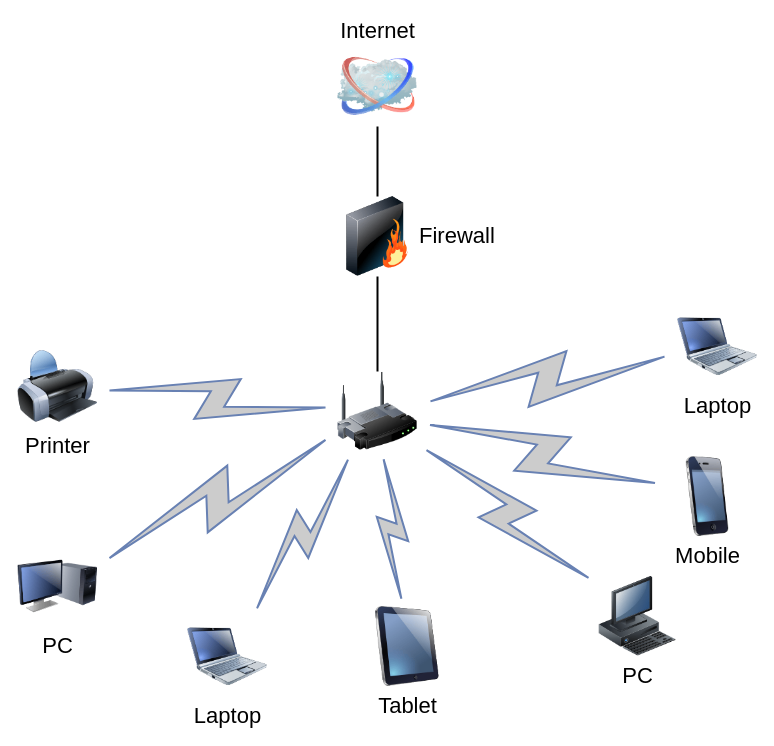
This is Untitled Diagram.drawio from PaulMalos/Draws, a draw.io file, before an edit. Source tidied: cells renumbered, new cells numbered last; positions are measured from the earlier drawing's top-left corner, leaving out a move shared by most shapes. Both pictures are drawn from the tidied source at 100%, with x=0, y=0 at pixel (17, 46).
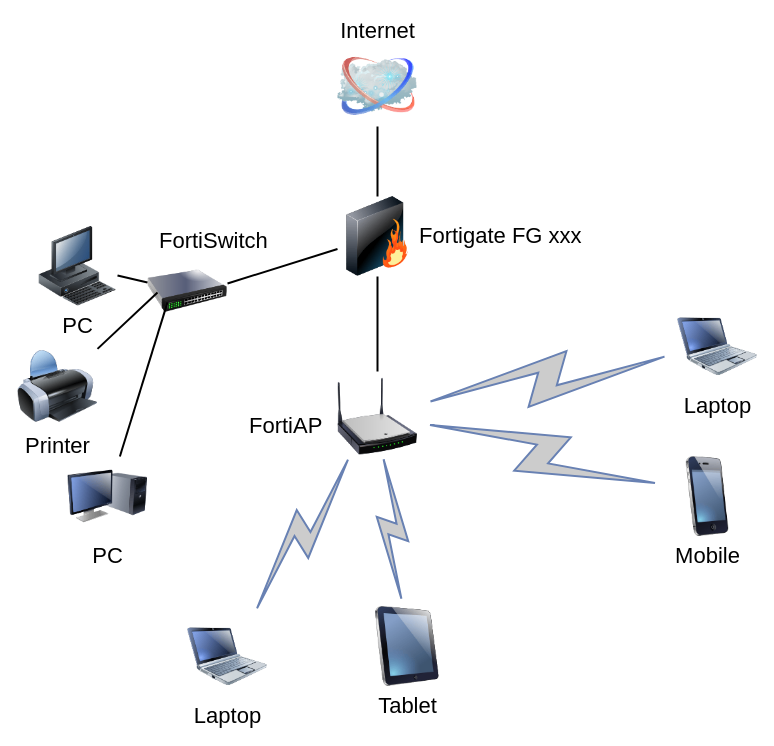
The same diagram, later.

Commit message:
sec_fabric

The change refers to these unchanged cells:
```xml
<mxCell id="7" value="Tablet" style="image;html=1;labelBackgroundColor=#ffffff;image=img/lib/clip_art/computers/iPad_128x128.png;rounded=1;shadow=0;comic=0;strokeWidth=2;fontSize=22;" parent="1" vertex="1">
  <mxGeometry x="350" y="560" width="80" height="80" as="geometry" />
</mxCell>
<mxCell id="9" value="Printer" style="image;html=1;labelBackgroundColor=#ffffff;image=img/lib/clip_art/computers/Printer_128x128.png;rounded=1;shadow=0;comic=0;strokeWidth=2;fontSize=22;" parent="1" vertex="1">
  <mxGeometry y="300" width="80" height="80" as="geometry" />
</mxCell>
<mxCell id="11" value="Mobile" style="image;html=1;labelBackgroundColor=#ffffff;image=img/lib/clip_art/telecommunication/iPhone_128x128.png;rounded=1;shadow=0;comic=0;strokeWidth=2;fontSize=22;" parent="1" vertex="1">
  <mxGeometry x="650" y="410" width="80" height="80" as="geometry" />
</mxCell>
<mxCell id="12" value="Laptop" style="image;html=1;labelBackgroundColor=#ffffff;image=img/lib/clip_art/computers/Netbook_128x128.png;rounded=1;shadow=0;comic=0;strokeColor=#000000;strokeWidth=2;fillColor=#FFFFFF;fontSize=22;fontColor=#000000;" parent="1" vertex="1">
  <mxGeometry x="660" y="260" width="80" height="80" as="geometry" />
</mxCell>
<mxCell id="13" value="Laptop" style="image;html=1;labelBackgroundColor=#ffffff;image=img/lib/clip_art/computers/Netbook_128x128.png;rounded=1;shadow=0;comic=0;strokeWidth=2;fontSize=22;" parent="1" vertex="1">
  <mxGeometry x="170" y="570" width="80" height="80" as="geometry" />
</mxCell>
```

Change to the diagram source:
```diff
@@
-    <mxCell id="2" style="edgeStyle=none;rounded=0;html=1;labelBackgroundColor=none;endArrow=none;strokeWidth=2;fontFamily=Verdana;fontSize=22;" parent="1" edge="1" source="3" target="6">
-      <mxGeometry relative="1" as="geometry" />
+    <mxCell id="2" style="edgeStyle=none;rounded=0;html=1;labelBackgroundColor=none;endArrow=none;strokeWidth=2;fontFamily=Verdana;fontSize=22;" parent="1" edge="1" target="6">
+      <mxGeometry relative="1" as="geometry">
+        <mxPoint x="360" y="325" as="sourcePoint" />
+      </mxGeometry>
     </mxCell>
-    <mxCell id="3" style="image;html=1;labelBackgroundColor=#ffffff;image=img/lib/clip_art/networking/Wireless_Router_128x128.png;rounded=1;shadow=0;comic=0;strokeWidth=2;fontSize=22;" parent="1" vertex="1">
-      <mxGeometry x="320" y="325" width="80" height="80" as="geometry" />
-    </mxCell>
@@
-    <mxCell id="6" value="Firewall" style="image;html=1;labelBackgroundColor=#ffffff;image=img/lib/clip_art/networking/Firewall_128x128.png;rounded=1;shadow=0;comic=0;strokeWidth=2;fontSize=22;labelPosition=right;verticalLabelPosition=middle;align=left;verticalAlign=middle;" parent="1" vertex="1">
+    <mxCell id="6" value="Fortigate FG xxx" style="image;html=1;labelBackgroundColor=#ffffff;image=img/lib/clip_art/networking/Firewall_128x128.png;rounded=1;shadow=0;comic=0;strokeWidth=2;fontSize=22;labelPosition=right;verticalLabelPosition=middle;align=left;verticalAlign=middle;" parent="1" vertex="1">
       <mxGeometry x="320" y="150" width="80" height="80" as="geometry" />
     </mxCell>
@@
     <mxCell id="8" value="PC" style="image;html=1;labelBackgroundColor=#ffffff;image=img/lib/clip_art/computers/Monitor_Tower_128x128.png;rounded=1;shadow=0;comic=0;strokeWidth=2;fontSize=22;" parent="1" vertex="1">
-      <mxGeometry y="500" width="80" height="80" as="geometry" />
+      <mxGeometry x="50" y="410" width="80" height="80" as="geometry" />
     </mxCell>
@@
     <mxCell id="10" value="PC" style="image;html=1;labelBackgroundColor=#ffffff;image=img/lib/clip_art/computers/Workstation_128x128.png;rounded=1;shadow=0;comic=0;strokeWidth=2;fontSize=22;" parent="1" vertex="1">
-      <mxGeometry x="580" y="530" width="80" height="80" as="geometry" />
+      <mxGeometry x="20" y="180" width="80" height="80" as="geometry" />
     </mxCell>
@@
-    <mxCell id="14" style="html=1;fillColor=#CCCCCC;strokeColor=#6881B3;gradientColor=none;gradientDirection=north;strokeWidth=2;shape=mxgraph.networks.comm_link_edge;html=1;labelBackgroundColor=none;endArrow=none;fontFamily=Verdana;fontSize=22;fontColor=#000000;" parent="1" edge="1" source="9" target="3">
-      <mxGeometry relative="1" as="geometry" />
-    </mxCell>
-    <mxCell id="15" style="html=1;fillColor=#CCCCCC;strokeColor=#6881B3;gradientColor=none;gradientDirection=north;strokeWidth=2;shape=mxgraph.networks.comm_link_edge;html=1;labelBackgroundColor=none;endArrow=none;fontFamily=Verdana;fontSize=22;fontColor=#000000;fontStyle=1;" parent="1" edge="1" source="8" target="3">
-      <mxGeometry relative="1" as="geometry" />
-    </mxCell>
-    <mxCell id="16" style="html=1;fillColor=#CCCCCC;strokeColor=#6881B3;gradientColor=none;gradientDirection=north;strokeWidth=2;shape=mxgraph.networks.comm_link_edge;html=1;labelBackgroundColor=none;endArrow=none;fontFamily=Verdana;fontSize=22;fontColor=#000000;" parent="1" edge="1" source="13" target="3">
-      <mxGeometry relative="1" as="geometry" />
+    <mxCell id="16" style="html=1;fillColor=#CCCCCC;strokeColor=#6881B3;gradientColor=none;gradientDirection=north;strokeWidth=2;shape=mxgraph.networks.comm_link_edge;html=1;labelBackgroundColor=none;endArrow=none;fontFamily=Verdana;fontSize=22;fontColor=#000000;" parent="1" edge="1" source="13">
+      <mxGeometry relative="1" as="geometry">
+        <mxPoint x="335.5" y="405" as="targetPoint" />
+      </mxGeometry>
     </mxCell>
-    <mxCell id="17" style="html=1;fillColor=#CCCCCC;strokeColor=#6881B3;gradientColor=none;gradientDirection=north;strokeWidth=2;shape=mxgraph.networks.comm_link_edge;html=1;labelBackgroundColor=none;endArrow=none;fontFamily=Verdana;fontSize=22;fontColor=#000000;" parent="1" edge="1" source="7" target="3">
-      <mxGeometry relative="1" as="geometry" />
+    <mxCell id="17" style="html=1;fillColor=#CCCCCC;strokeColor=#6881B3;gradientColor=none;gradientDirection=north;strokeWidth=2;shape=mxgraph.networks.comm_link_edge;html=1;labelBackgroundColor=none;endArrow=none;fontFamily=Verdana;fontSize=22;fontColor=#000000;" parent="1" edge="1" source="7">
+      <mxGeometry relative="1" as="geometry">
+        <mxPoint x="365.1" y="405" as="targetPoint" />
+      </mxGeometry>
     </mxCell>
-    <mxCell id="18" style="html=1;fillColor=#CCCCCC;strokeColor=#6881B3;gradientColor=none;gradientDirection=north;strokeWidth=2;shape=mxgraph.networks.comm_link_edge;html=1;labelBackgroundColor=none;endArrow=none;fontFamily=Verdana;fontSize=22;fontColor=#000000;" parent="1" edge="1" source="10" target="3">
-      <mxGeometry relative="1" as="geometry" />
-    </mxCell>
-    <mxCell id="19" style="html=1;fillColor=#CCCCCC;strokeColor=#6881B3;gradientColor=none;gradientDirection=north;strokeWidth=2;shape=mxgraph.networks.comm_link_edge;html=1;labelBackgroundColor=none;endArrow=none;fontFamily=Verdana;fontSize=22;fontColor=#000000;" parent="1" edge="1" source="11" target="3">
-      <mxGeometry relative="1" as="geometry" />
+    <mxCell id="19" style="html=1;fillColor=#CCCCCC;strokeColor=#6881B3;gradientColor=none;gradientDirection=north;strokeWidth=2;shape=mxgraph.networks.comm_link_edge;html=1;labelBackgroundColor=none;endArrow=none;fontFamily=Verdana;fontSize=22;fontColor=#000000;" parent="1" edge="1" source="11">
+      <mxGeometry relative="1" as="geometry">
+        <mxPoint x="400" y="375.3" as="targetPoint" />
+      </mxGeometry>
     </mxCell>
-    <mxCell id="20" style="html=1;fillColor=#CCCCCC;strokeColor=#6881B3;gradientColor=none;gradientDirection=north;strokeWidth=2;shape=mxgraph.networks.comm_link_edge;html=1;labelBackgroundColor=none;endArrow=none;fontFamily=Verdana;fontSize=22;fontColor=#000000;" parent="1" edge="1" source="12" target="3">
-      <mxGeometry relative="1" as="geometry" />
+    <mxCell id="20" style="html=1;fillColor=#CCCCCC;strokeColor=#6881B3;gradientColor=none;gradientDirection=north;strokeWidth=2;shape=mxgraph.networks.comm_link_edge;html=1;labelBackgroundColor=none;endArrow=none;fontFamily=Verdana;fontSize=22;fontColor=#000000;" parent="1" edge="1" source="12">
+      <mxGeometry relative="1" as="geometry">
+        <mxPoint x="400" y="357.4" as="targetPoint" />
+      </mxGeometry>
     </mxCell>
+    <mxCell id="21" style="image;html=1;image=img/lib/clip_art/networking/Wireless_Router_N_128x128.png;" parent="1" vertex="1">
+      <mxGeometry x="320" y="330" width="80" height="80" as="geometry" />
+    </mxCell>
+    <mxCell id="22" style="edgeStyle=none;rounded=0;html=1;labelBackgroundColor=none;endArrow=none;strokeWidth=2;fontFamily=Verdana;fontSize=22;exitX=1;exitY=0.4;exitDx=0;exitDy=0;exitPerimeter=0;" parent="1" edge="1" source="23" target="6">
+      <mxGeometry relative="1" as="geometry" />
+    </mxCell>
+    <mxCell id="23" style="image;html=1;image=img/lib/clip_art/networking/Switch_128x128.png;" parent="1" vertex="1">
+      <mxGeometry x="130" y="205" width="80" height="80" as="geometry" />
+    </mxCell>
+    <mxCell id="24" style="edgeStyle=none;rounded=0;html=1;labelBackgroundColor=none;endArrow=none;strokeWidth=2;fontFamily=Verdana;fontSize=22;" parent="1" edge="1" source="10" target="23">
+      <mxGeometry relative="1" as="geometry" />
+    </mxCell>
+    <mxCell id="25" style="edgeStyle=none;rounded=0;html=1;labelBackgroundColor=none;endArrow=none;strokeWidth=2;fontFamily=Verdana;fontSize=22;" parent="1" edge="1" source="9">
+      <mxGeometry relative="1" as="geometry">
+        <mxPoint x="140" y="245.9" as="targetPoint" />
+      </mxGeometry>
+    </mxCell>
+    <mxCell id="26" style="edgeStyle=none;rounded=0;html=1;labelBackgroundColor=none;endArrow=none;strokeWidth=2;fontFamily=Verdana;fontSize=22;" parent="1" edge="1" source="8">
+      <mxGeometry relative="1" as="geometry">
+        <mxPoint x="150" y="255.9" as="targetPoint" />
+      </mxGeometry>
+    </mxCell>
+    <mxCell id="27" value="&lt;span style=&quot;color: rgb(0 , 0 , 0) ; font-family: &amp;#34;helvetica&amp;#34; ; font-size: 22px ; font-style: normal ; font-weight: normal ; letter-spacing: normal ; text-align: left ; text-indent: 0px ; text-transform: none ; word-spacing: 0px ; background-color: rgb(255 , 255 , 255) ; text-decoration: none ; display: inline ; float: none&quot;&gt;FortiSwitch&lt;/span&gt;" style="text;whiteSpace=wrap;html=1;" parent="1" vertex="1">
+      <mxGeometry x="140" y="175" width="190" height="30" as="geometry" />
+    </mxCell>
+    <mxCell id="28" value="&lt;span style=&quot;color: rgb(0 , 0 , 0) ; font-family: &amp;#34;helvetica&amp;#34; ; font-size: 22px ; font-style: normal ; font-weight: normal ; letter-spacing: normal ; text-align: left ; text-indent: 0px ; text-transform: none ; word-spacing: 0px ; background-color: rgb(255 , 255 , 255) ; text-decoration: none ; display: inline ; float: none&quot;&gt;FortiAP&lt;br&gt;&lt;/span&gt;" style="text;whiteSpace=wrap;html=1;" parent="1" vertex="1">
+      <mxGeometry x="230" y="360" width="190" height="30" as="geometry" />
+    </mxCell>
```
